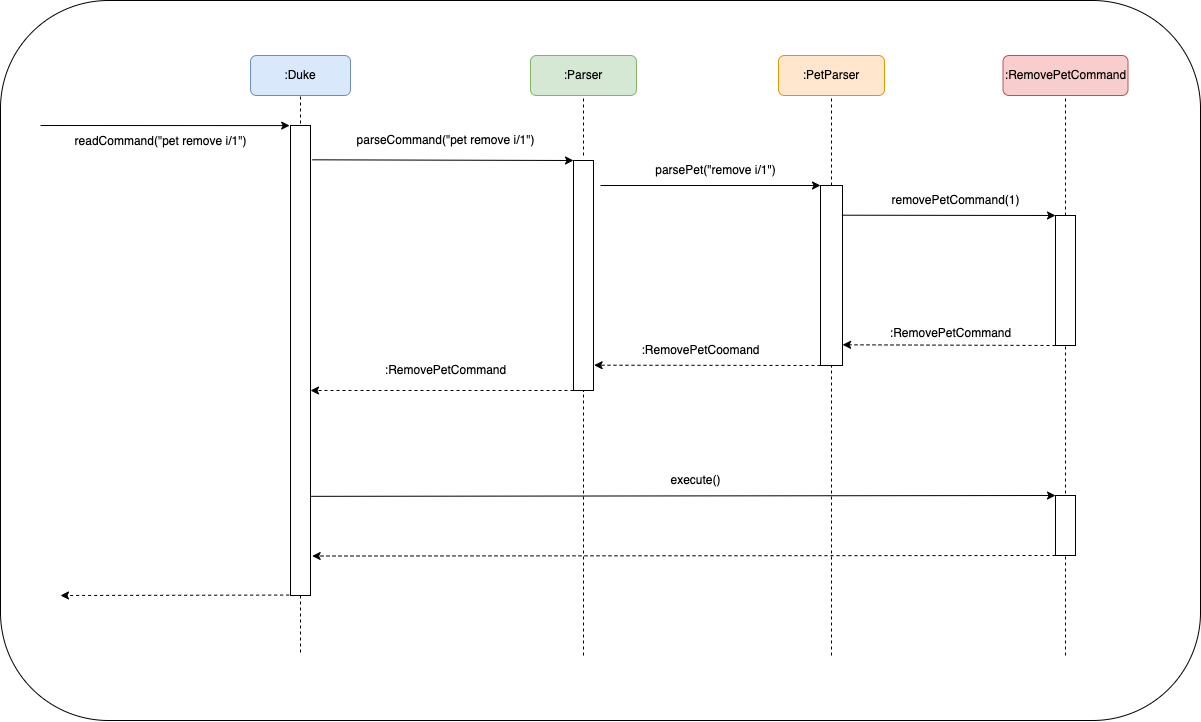
Before: docs/uml/RemovePetCommand.png, a diagram exported from draw.io (nus-cs2113-AY2223S1/tp). Source tidied: cells renumbered, new cells last; positions are measured from the earlier drawing's top-left corner, leaving out a move shared by most shapes. The source it was exported from:
```xml
<mxGraphModel>
  <root>
    <mxCell id="0" />
    <mxCell id="1" parent="0" />
    <mxCell id="2" style="rounded=1;whiteSpace=wrap;html=1;" parent="1" vertex="1">
      <mxGeometry width="1200" height="720" as="geometry" />
    </mxCell>
    <mxCell id="3" value=":PetParser" style="rounded=1;whiteSpace=wrap;html=1;fillColor=#ffe6cc;strokeColor=#d79b00;" parent="1" vertex="1">
      <mxGeometry x="778" y="55" width="106" height="40" as="geometry" />
    </mxCell>
    <mxCell id="4" value=":RemovePetCommand" style="rounded=1;whiteSpace=wrap;html=1;fillColor=#f8cecc;strokeColor=#b85450;" parent="1" vertex="1">
      <mxGeometry x="1002.5" y="55" width="125" height="40" as="geometry" />
    </mxCell>
    <mxCell id="5" value=":Parser" style="rounded=1;whiteSpace=wrap;html=1;fillColor=#d5e8d4;strokeColor=#82b366;" parent="1" vertex="1">
      <mxGeometry x="530" y="55" width="106" height="40" as="geometry" />
    </mxCell>
    <mxCell id="6" value=":Duke" style="rounded=1;whiteSpace=wrap;html=1;fillColor=#dae8fc;strokeColor=#6c8ebf;" parent="1" vertex="1">
      <mxGeometry x="250" y="55" width="100" height="40" as="geometry" />
    </mxCell>
    <mxCell id="7" style="endArrow=none;dashed=1;html=1;rounded=0;entryX=0.5;entryY=1;entryDx=0;entryDy=0;" parent="1" edge="1" target="6">
      <mxGeometry relative="1" as="geometry">
        <mxPoint x="300" y="135" as="sourcePoint" />
      </mxGeometry>
    </mxCell>
    <mxCell id="8" style="rounded=0;whiteSpace=wrap;html=1;" parent="1" vertex="1">
      <mxGeometry x="290" y="125" width="20" height="470" as="geometry" />
    </mxCell>
    <mxCell id="9" style="endArrow=classic;html=1;rounded=0;entryX=-0.042;entryY=0.047;entryDx=0;entryDy=0;entryPerimeter=0;" parent="1" edge="1">
      <mxGeometry relative="1" as="geometry">
        <mxPoint x="40" y="125" as="sourcePoint" />
        <mxPoint x="289.2" y="125.1" as="targetPoint" />
      </mxGeometry>
    </mxCell>
    <mxCell id="10" value="readCommand(&quot;pet remove i/1&quot;)" style="text;html=1;align=center;verticalAlign=middle;strokeColor=none;fillColor=none;" parent="1" vertex="1">
      <mxGeometry x="60" y="126" width="200" height="30" as="geometry" />
    </mxCell>
    <mxCell id="11" style="rounded=0;whiteSpace=wrap;html=1;" parent="1" vertex="1">
      <mxGeometry x="573" y="160" width="20" height="230" as="geometry" />
    </mxCell>
    <mxCell id="12" style="endArrow=none;dashed=1;html=1;rounded=0;entryX=0.5;entryY=1;entryDx=0;entryDy=0;" parent="1" edge="1" target="5">
      <mxGeometry relative="1" as="geometry">
        <mxPoint x="583" y="155" as="sourcePoint" />
      </mxGeometry>
    </mxCell>
    <mxCell id="13" style="endArrow=classic;html=1;rounded=0;entryX=0;entryY=0;entryDx=0;entryDy=0;exitX=1.083;exitY=0.073;exitDx=0;exitDy=0;exitPerimeter=0;" parent="1" edge="1" source="8" target="11">
      <mxGeometry relative="1" as="geometry" />
    </mxCell>
    <mxCell id="14" value="parseCommand(&quot;pet remove i/1&quot;)" style="text;html=1;align=center;verticalAlign=middle;strokeColor=none;fillColor=none;" parent="1" vertex="1">
      <mxGeometry x="345" y="125" width="200" height="30" as="geometry" />
    </mxCell>
    <mxCell id="15" style="endArrow=none;dashed=1;html=1;rounded=0;entryX=0.5;entryY=1;entryDx=0;entryDy=0;" parent="1" edge="1" target="3">
      <mxGeometry relative="1" as="geometry">
        <mxPoint x="831" y="185" as="sourcePoint" />
      </mxGeometry>
    </mxCell>
    <mxCell id="16" style="rounded=0;whiteSpace=wrap;html=1;" parent="1" vertex="1">
      <mxGeometry x="820" y="185" width="22" height="180" as="geometry" />
    </mxCell>
    <mxCell id="17" style="endArrow=classic;html=1;rounded=0;entryX=0;entryY=0;entryDx=0;entryDy=0;" parent="1" edge="1" target="16">
      <mxGeometry relative="1" as="geometry">
        <mxPoint x="600" y="185" as="sourcePoint" />
      </mxGeometry>
    </mxCell>
    <mxCell id="18" value="parsePet(&quot;remove i/1&quot;)" style="text;html=1;align=center;verticalAlign=middle;strokeColor=none;fillColor=none;" parent="1" vertex="1">
      <mxGeometry x="645" y="155" width="140" height="30" as="geometry" />
    </mxCell>
    <mxCell id="19" style="endArrow=none;dashed=1;html=1;rounded=0;entryX=0.5;entryY=1;entryDx=0;entryDy=0;exitX=0.5;exitY=0;exitDx=0;exitDy=0;" parent="1" edge="1" source="20" target="4">
      <mxGeometry relative="1" as="geometry" />
    </mxCell>
    <mxCell id="20" style="rounded=0;whiteSpace=wrap;html=1;" parent="1" vertex="1">
      <mxGeometry x="1055" y="215" width="20" height="130" as="geometry" />
    </mxCell>
    <mxCell id="21" style="endArrow=classic;html=1;rounded=0;entryX=0;entryY=0;entryDx=0;entryDy=0;exitX=0.972;exitY=0.165;exitDx=0;exitDy=0;exitPerimeter=0;" parent="1" edge="1" source="16" target="20">
      <mxGeometry relative="1" as="geometry" />
    </mxCell>
    <mxCell id="22" value="removePetCommand(1)" style="text;html=1;align=center;verticalAlign=middle;strokeColor=none;fillColor=none;" parent="1" vertex="1">
      <mxGeometry x="880" y="185" width="150" height="30" as="geometry" />
    </mxCell>
    <mxCell id="23" style="endArrow=classic;html=1;rounded=0;exitX=0;exitY=1;exitDx=0;exitDy=0;entryX=1.003;entryY=0.885;entryDx=0;entryDy=0;entryPerimeter=0;dashed=1;" parent="1" edge="1" source="20" target="16">
      <mxGeometry relative="1" as="geometry" />
    </mxCell>
    <mxCell id="24" style="endArrow=classic;html=1;rounded=0;dashed=1;exitX=0;exitY=1;exitDx=0;exitDy=0;entryX=1.031;entryY=0.89;entryDx=0;entryDy=0;entryPerimeter=0;" parent="1" edge="1" source="16" target="11">
      <mxGeometry relative="1" as="geometry" />
    </mxCell>
    <mxCell id="25" style="endArrow=classic;html=1;rounded=0;dashed=1;exitX=0;exitY=1;exitDx=0;exitDy=0;" parent="1" edge="1" source="11">
      <mxGeometry relative="1" as="geometry">
        <mxPoint x="310" y="390" as="targetPoint" />
      </mxGeometry>
    </mxCell>
    <mxCell id="26" value="&lt;br&gt;:RemovePetCommand" style="text;html=1;align=center;verticalAlign=middle;strokeColor=none;fillColor=none;" parent="1" vertex="1">
      <mxGeometry x="880" y="305" width="140" height="40" as="geometry" />
    </mxCell>
    <mxCell id="27" value=":RemovePetCoomand" style="text;html=1;align=center;verticalAlign=middle;strokeColor=none;fillColor=none;" parent="1" vertex="1">
      <mxGeometry x="630" y="335" width="140" height="30" as="geometry" />
    </mxCell>
    <mxCell id="28" value=":RemovePetCommand" style="text;html=1;align=center;verticalAlign=middle;strokeColor=none;fillColor=none;" parent="1" vertex="1">
      <mxGeometry x="375" y="355" width="140" height="30" as="geometry" />
    </mxCell>
    <mxCell id="29" style="endArrow=none;dashed=1;html=1;rounded=0;exitX=0.5;exitY=1;exitDx=0;exitDy=0;" parent="1" edge="1" source="8">
      <mxGeometry relative="1" as="geometry">
        <mxPoint x="300" y="655" as="targetPoint" />
      </mxGeometry>
    </mxCell>
    <mxCell id="30" style="endArrow=none;dashed=1;html=1;rounded=0;entryX=0.5;entryY=1;entryDx=0;entryDy=0;" parent="1" edge="1" target="11">
      <mxGeometry relative="1" as="geometry">
        <mxPoint x="583" y="655" as="sourcePoint" />
      </mxGeometry>
    </mxCell>
    <mxCell id="31" style="endArrow=none;dashed=1;html=1;rounded=0;entryX=0.5;entryY=1;entryDx=0;entryDy=0;" parent="1" edge="1" target="16">
      <mxGeometry relative="1" as="geometry">
        <mxPoint x="831" y="655" as="sourcePoint" />
      </mxGeometry>
    </mxCell>
    <mxCell id="32" style="endArrow=none;dashed=1;html=1;rounded=0;entryX=0.5;entryY=1;entryDx=0;entryDy=0;" parent="1" edge="1" target="20">
      <mxGeometry relative="1" as="geometry">
        <mxPoint x="1065" y="655" as="sourcePoint" />
      </mxGeometry>
    </mxCell>
    <mxCell id="33" style="endArrow=classic;html=1;rounded=0;exitX=1.031;exitY=0.789;exitDx=0;exitDy=0;exitPerimeter=0;entryX=0;entryY=0;entryDx=0;entryDy=0;" parent="1" edge="1" source="8" target="34">
      <mxGeometry relative="1" as="geometry" />
    </mxCell>
    <mxCell id="34" style="rounded=0;whiteSpace=wrap;html=1;" parent="1" vertex="1">
      <mxGeometry x="1055" y="495" width="20" height="60" as="geometry" />
    </mxCell>
    <mxCell id="35" style="edgeStyle=orthogonalEdgeStyle;rounded=0;orthogonalLoop=1;jettySize=auto;html=1;exitX=0.5;exitY=1;exitDx=0;exitDy=0;" parent="1" edge="1" source="34" target="34">
      <mxGeometry relative="1" as="geometry" />
    </mxCell>
    <mxCell id="36" value="execute()" style="text;html=1;align=center;verticalAlign=middle;strokeColor=none;fillColor=none;" parent="1" vertex="1">
      <mxGeometry x="660" y="465" width="70" height="30" as="geometry" />
    </mxCell>
    <mxCell id="37" style="endArrow=classic;html=1;rounded=0;exitX=0;exitY=1;exitDx=0;exitDy=0;entryX=1.083;entryY=0.916;entryDx=0;entryDy=0;entryPerimeter=0;dashed=1;" parent="1" edge="1" source="34" target="8">
      <mxGeometry relative="1" as="geometry" />
    </mxCell>
    <mxCell id="38" style="endArrow=classic;html=1;rounded=0;dashed=1;exitX=-0.067;exitY=0.965;exitDx=0;exitDy=0;exitPerimeter=0;" parent="1" edge="1">
      <mxGeometry relative="1" as="geometry">
        <mxPoint x="288.7" y="594.5" as="sourcePoint" />
        <mxPoint x="60" y="595" as="targetPoint" />
      </mxGeometry>
    </mxCell>
  </root>
</mxGraphModel>
```
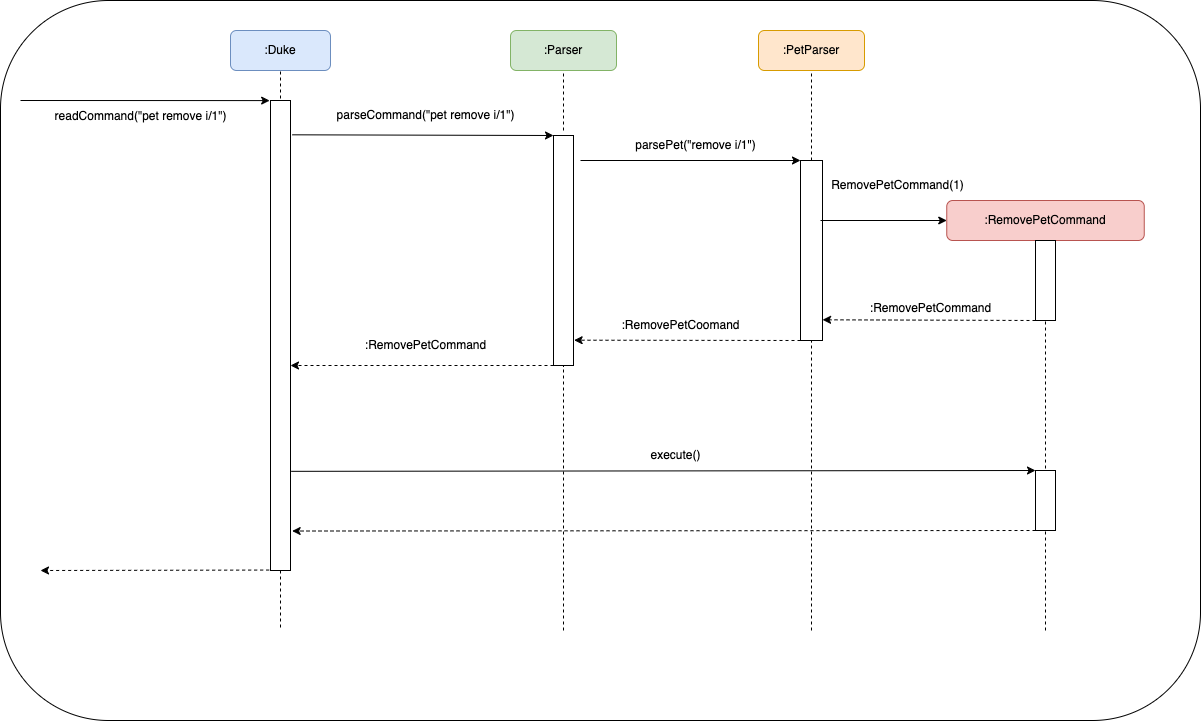
The same diagram one commit later.

Diff of the diagram source:
```diff
@@ -3,13 +3,13 @@
     <mxCell id="0" />
     <mxCell id="1" parent="0" />
     <mxCell id="2" style="rounded=1;whiteSpace=wrap;html=1;" parent="1" vertex="1">
-      <mxGeometry width="1200" height="720" as="geometry" />
+      <mxGeometry x="20" y="25" width="1200" height="720" as="geometry" />
     </mxCell>
     <mxCell id="3" value=":PetParser" style="rounded=1;whiteSpace=wrap;html=1;fillColor=#ffe6cc;strokeColor=#d79b00;" parent="1" vertex="1">
       <mxGeometry x="778" y="55" width="106" height="40" as="geometry" />
     </mxCell>
     <mxCell id="4" value=":RemovePetCommand" style="rounded=1;whiteSpace=wrap;html=1;fillColor=#f8cecc;strokeColor=#b85450;" parent="1" vertex="1">
-      <mxGeometry x="1002.5" y="55" width="125" height="40" as="geometry" />
+      <mxGeometry x="966.2" y="225" width="197.5" height="40" as="geometry" />
     </mxCell>
     <mxCell id="5" value=":Parser" style="rounded=1;whiteSpace=wrap;html=1;fillColor=#d5e8d4;strokeColor=#82b366;" parent="1" vertex="1">
       <mxGeometry x="530" y="55" width="106" height="40" as="geometry" />
@@ -68,13 +68,15 @@
       <mxGeometry relative="1" as="geometry" />
     </mxCell>
     <mxCell id="20" style="rounded=0;whiteSpace=wrap;html=1;" parent="1" vertex="1">
-      <mxGeometry x="1055" y="215" width="20" height="130" as="geometry" />
+      <mxGeometry x="1055" y="265" width="20" height="80" as="geometry" />
     </mxCell>
-    <mxCell id="21" style="endArrow=classic;html=1;rounded=0;entryX=0;entryY=0;entryDx=0;entryDy=0;exitX=0.972;exitY=0.165;exitDx=0;exitDy=0;exitPerimeter=0;" parent="1" edge="1" source="16" target="20">
-      <mxGeometry relative="1" as="geometry" />
+    <mxCell id="21" style="endArrow=classic;html=1;rounded=0;entryX=0;entryY=0.5;entryDx=0;entryDy=0;" parent="1" edge="1" target="4">
+      <mxGeometry relative="1" as="geometry">
+        <mxPoint x="840" y="245" as="sourcePoint" />
+      </mxGeometry>
     </mxCell>
-    <mxCell id="22" value="removePetCommand(1)" style="text;html=1;align=center;verticalAlign=middle;strokeColor=none;fillColor=none;" parent="1" vertex="1">
-      <mxGeometry x="880" y="185" width="150" height="30" as="geometry" />
+    <mxCell id="22" value="RemovePetCommand(1)" style="text;html=1;align=center;verticalAlign=middle;strokeColor=none;fillColor=none;" parent="1" vertex="1">
+      <mxGeometry x="837" y="195" width="160" height="30" as="geometry" />
     </mxCell>
     <mxCell id="23" style="endArrow=classic;html=1;rounded=0;exitX=0;exitY=1;exitDx=0;exitDy=0;entryX=1.003;entryY=0.885;entryDx=0;entryDy=0;entryPerimeter=0;dashed=1;" parent="1" edge="1" source="20" target="16">
       <mxGeometry relative="1" as="geometry" />
```
